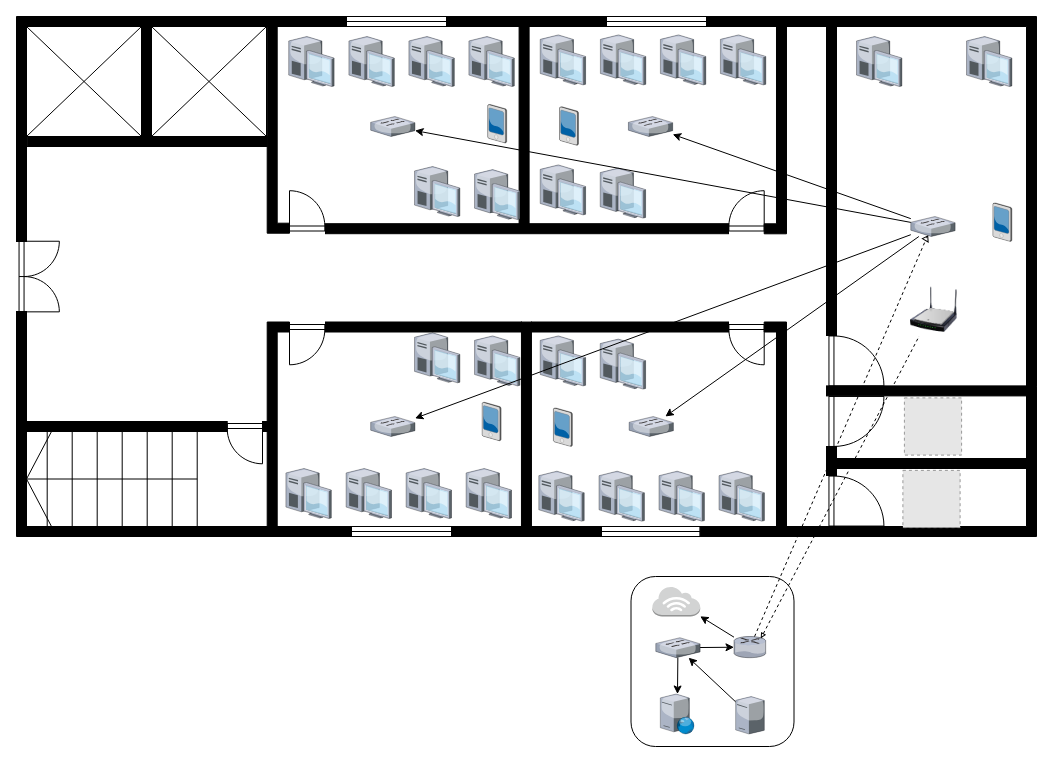
thdngh/jdz keeps this draw.io diagram as page "Bản sao của Page-1" (2 of 4) of Biểu đồ không có tiêu đề.drawio. Above is the earlier version. Source tidied: cells renumbered, new cells numbered last; positions are measured from the earlier drawing's top-left corner, leaving out a move shared by most shapes. Both pictures are drawn from the tidied source at 100%, with x=0, y=0 at pixel (2, 16). Pictures stored in the file or linked from it are replaced by grey dashed boxes.
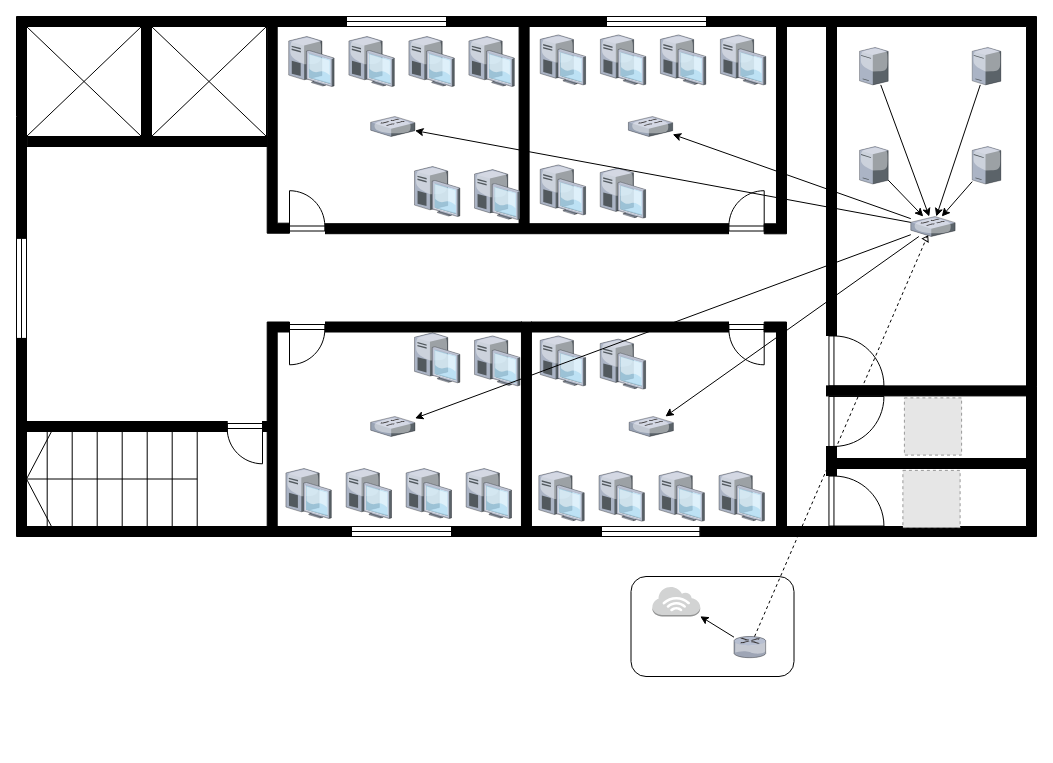
After the change.

The change refers to these unchanged cells:
```xml
<mxCell id="81" style="verticalLabelPosition=bottom;sketch=0;html=1;verticalAlign=top;strokeColor=none;align=center;outlineConnect=0;shape=mxgraph.citrix.switch;fillColor=none;" parent="1" vertex="1">
  <mxGeometry x="908.3" y="200" width="44.3" height="20" as="geometry" />
</mxCell>
<mxCell id="88" style="verticalLabelPosition=bottom;sketch=0;html=1;verticalAlign=top;strokeColor=none;align=center;outlineConnect=0;shape=mxgraph.citrix.router;fillColor=none;" parent="1" vertex="1">
  <mxGeometry x="731.5" y="620" width="32" height="21.2" as="geometry" />
</mxCell>
```

The edit, as a diff of the source:
```diff
@@
     <mxCell id="2" style="rounded=1;whiteSpace=wrap;html=1;fillColor=none;" parent="1" vertex="1">
-      <mxGeometry x="628.5" y="560" width="163" height="170" as="geometry" />
+      <mxGeometry x="628.5" y="560" width="163" height="100" as="geometry" />
     </mxCell>
@@
-    <mxCell id="7" style="verticalLabelPosition=bottom;sketch=0;html=1;verticalAlign=top;strokeColor=none;align=center;shape=mxgraph.citrix.desktop;fillColor=none;" parent="1" vertex="1">
-      <mxGeometry x="854" y="20" width="45.4" height="50" as="geometry" />
-    </mxCell>
-    <mxCell id="8" style="verticalLabelPosition=bottom;sketch=0;html=1;verticalAlign=top;strokeColor=none;align=center;shape=mxgraph.citrix.desktop;fillColor=none;" parent="1" vertex="1">
-      <mxGeometry x="964" y="20" width="45.4" height="50" as="geometry" />
-    </mxCell>
@@
-    <mxCell id="13" style="verticalLabelPosition=bottom;html=1;verticalAlign=top;align=center;shape=mxgraph.floorplan.doorDouble;fillColor=none;rotation=-90;" parent="1" vertex="1">
-      <mxGeometry y="241.3" width="70.6" height="37.5" as="geometry" />
-    </mxCell>
@@
     <mxCell id="21" style="verticalLabelPosition=bottom;html=1;verticalAlign=top;align=center;shape=mxgraph.floorplan.wall;fillColor=strokeColor;direction=south;" parent="1" vertex="1">
-      <mxGeometry x="14" y="100" width="10" height="125" as="geometry" />
+      <mxGeometry x="14" y="101" width="10" height="120" as="geometry" />
     </mxCell>
@@
     <mxCell id="24" style="verticalLabelPosition=bottom;html=1;verticalAlign=top;align=center;shape=mxgraph.floorplan.wall;fillColor=strokeColor;direction=south;" parent="1" vertex="1">
-      <mxGeometry x="14" y="295" width="10" height="125" as="geometry" />
+      <mxGeometry x="14" y="322" width="10" height="98" as="geometry" />
     </mxCell>
@@
-    <mxCell id="82" style="image;html=1;image=img/lib/clip_art/networking/Wireless_Router_N_128x128.png;fillColor=none;flipV=0;flipH=1;" parent="1" vertex="1">
-      <mxGeometry x="907" y="266.9" width="47" height="52.6" as="geometry" />
-    </mxCell>
@@
-    <mxCell id="89" style="verticalLabelPosition=bottom;sketch=0;html=1;verticalAlign=top;strokeColor=none;align=center;outlineConnect=0;shape=mxgraph.citrix.switch;fillColor=none;" parent="1" vertex="1">
-      <mxGeometry x="653.3" y="621.2" width="44.3" height="20" as="geometry" />
-    </mxCell>
-    <mxCell id="90" style="verticalLabelPosition=bottom;sketch=0;html=1;verticalAlign=top;strokeColor=none;align=center;outlineConnect=0;shape=mxgraph.citrix.web_server;fillColor=none;" parent="1" vertex="1">
-      <mxGeometry x="657.8" y="677.5" width="34" height="40" as="geometry" />
-    </mxCell>
-    <mxCell id="91" style="verticalLabelPosition=bottom;sketch=0;html=1;verticalAlign=top;strokeColor=none;align=center;outlineConnect=0;shape=mxgraph.citrix.license_server;fillColor=none;" parent="1" vertex="1">
-      <mxGeometry x="733.1" y="680" width="28.7" height="37.5" as="geometry" />
-    </mxCell>
-    <mxCell id="92" style="endArrow=classic;html=1;rounded=0;" parent="1" edge="1" source="91" target="89">
-      <mxGeometry relative="1" as="geometry" />
-    </mxCell>
@@
-    <mxCell id="94" style="endArrow=classic;html=1;rounded=0;" parent="1" edge="1" source="89" target="88">
-      <mxGeometry relative="1" as="geometry" />
-    </mxCell>
-    <mxCell id="95" style="endArrow=classic;html=1;rounded=0;" parent="1" edge="1" source="89" target="90">
-      <mxGeometry relative="1" as="geometry" />
-    </mxCell>
@@
-    <mxCell id="97" style="endArrow=none;dashed=1;html=1;rounded=0;startArrow=none;" parent="1" edge="1" source="98" target="82">
-      <mxGeometry relative="1" as="geometry" />
-    </mxCell>
-    <mxCell id="98" style="triangle;whiteSpace=wrap;html=1;fillColor=none;rotation=120;" parent="1" vertex="1">
-      <mxGeometry x="757.7" y="617" width="4.2" height="4.2" as="geometry" />
-    </mxCell>
-    <mxCell id="99" style="endArrow=none;dashed=1;html=1;rounded=0;" parent="1" edge="1" source="88" target="98">
-      <mxGeometry relative="1" as="geometry" />
+    <mxCell id="99" style="endArrow=none;dashed=1;html=1;rounded=0;" parent="1" edge="1" source="88">
+      <mxGeometry relative="1" as="geometry">
+        <mxPoint x="758.8" y="620" as="targetPoint" />
+      </mxGeometry>
     </mxCell>
@@
-    <mxCell id="102" style="verticalLabelPosition=bottom;sketch=0;html=1;verticalAlign=top;strokeColor=none;align=center;shape=mxgraph.citrix.pda;fillColor=none;" parent="1" vertex="1">
-      <mxGeometry x="550.9" y="391.4" width="19" height="38.6" as="geometry" />
-    </mxCell>
-    <mxCell id="103" style="verticalLabelPosition=bottom;sketch=0;html=1;verticalAlign=top;strokeColor=none;align=center;shape=mxgraph.citrix.pda;fillColor=none;" parent="1" vertex="1">
-      <mxGeometry x="479.6" y="385.7" width="19" height="38.6" as="geometry" />
-    </mxCell>
-    <mxCell id="104" style="verticalLabelPosition=bottom;sketch=0;html=1;verticalAlign=top;strokeColor=none;align=center;shape=mxgraph.citrix.pda;fillColor=none;" parent="1" vertex="1">
-      <mxGeometry x="485.2" y="87.9" width="19" height="38.6" as="geometry" />
-    </mxCell>
-    <mxCell id="105" style="verticalLabelPosition=bottom;sketch=0;html=1;verticalAlign=top;strokeColor=none;align=center;shape=mxgraph.citrix.pda;fillColor=none;" parent="1" vertex="1">
-      <mxGeometry x="557" y="90.2" width="19" height="38.6" as="geometry" />
-    </mxCell>
-    <mxCell id="106" style="verticalLabelPosition=bottom;sketch=0;html=1;verticalAlign=top;strokeColor=none;align=center;shape=mxgraph.citrix.pda;fillColor=none;" parent="1" vertex="1">
-      <mxGeometry x="990.4" y="186.4" width="19" height="38.6" as="geometry" />
-    </mxCell>
+    <mxCell id="107" style="verticalLabelPosition=bottom;html=1;verticalAlign=top;align=center;shape=mxgraph.floorplan.window;fillColor=none;rotation=-90;" parent="1" vertex="1">
+      <mxGeometry x="-31" y="266.9" width="100" height="10" as="geometry" />
+    </mxCell>
+    <mxCell id="108" style="verticalLabelPosition=bottom;sketch=0;html=1;verticalAlign=top;strokeColor=none;align=center;outlineConnect=0;shape=mxgraph.citrix.license_server;fillColor=none;" parent="1" vertex="1">
+      <mxGeometry x="857" y="30.9" width="28.7" height="37.5" as="geometry" />
+    </mxCell>
+    <mxCell id="109" style="verticalLabelPosition=bottom;sketch=0;html=1;verticalAlign=top;strokeColor=none;align=center;outlineConnect=0;shape=mxgraph.citrix.license_server;fillColor=none;" parent="1" vertex="1">
+      <mxGeometry x="969.7" y="30.9" width="28.7" height="37.5" as="geometry" />
+    </mxCell>
+    <mxCell id="110" style="verticalLabelPosition=bottom;sketch=0;html=1;verticalAlign=top;strokeColor=none;align=center;outlineConnect=0;shape=mxgraph.citrix.license_server;fillColor=none;" parent="1" vertex="1">
+      <mxGeometry x="857" y="130" width="28.7" height="37.5" as="geometry" />
+    </mxCell>
+    <mxCell id="111" style="verticalLabelPosition=bottom;sketch=0;html=1;verticalAlign=top;strokeColor=none;align=center;outlineConnect=0;shape=mxgraph.citrix.license_server;fillColor=none;" parent="1" vertex="1">
+      <mxGeometry x="969.7" y="130" width="28.7" height="37.5" as="geometry" />
+    </mxCell>
+    <mxCell id="112" style="endArrow=classic;html=1;rounded=0;" parent="1" edge="1" source="108" target="81">
+      <mxGeometry relative="1" as="geometry" />
+    </mxCell>
+    <mxCell id="113" style="endArrow=classic;html=1;rounded=0;" parent="1" edge="1" source="110" target="81">
+      <mxGeometry relative="1" as="geometry" />
+    </mxCell>
+    <mxCell id="114" style="endArrow=classic;html=1;rounded=0;" parent="1" edge="1" source="111" target="81">
+      <mxGeometry relative="1" as="geometry" />
+    </mxCell>
+    <mxCell id="115" style="endArrow=classic;html=1;rounded=0;" parent="1" edge="1" source="109" target="81">
+      <mxGeometry relative="1" as="geometry" />
+    </mxCell>
```
